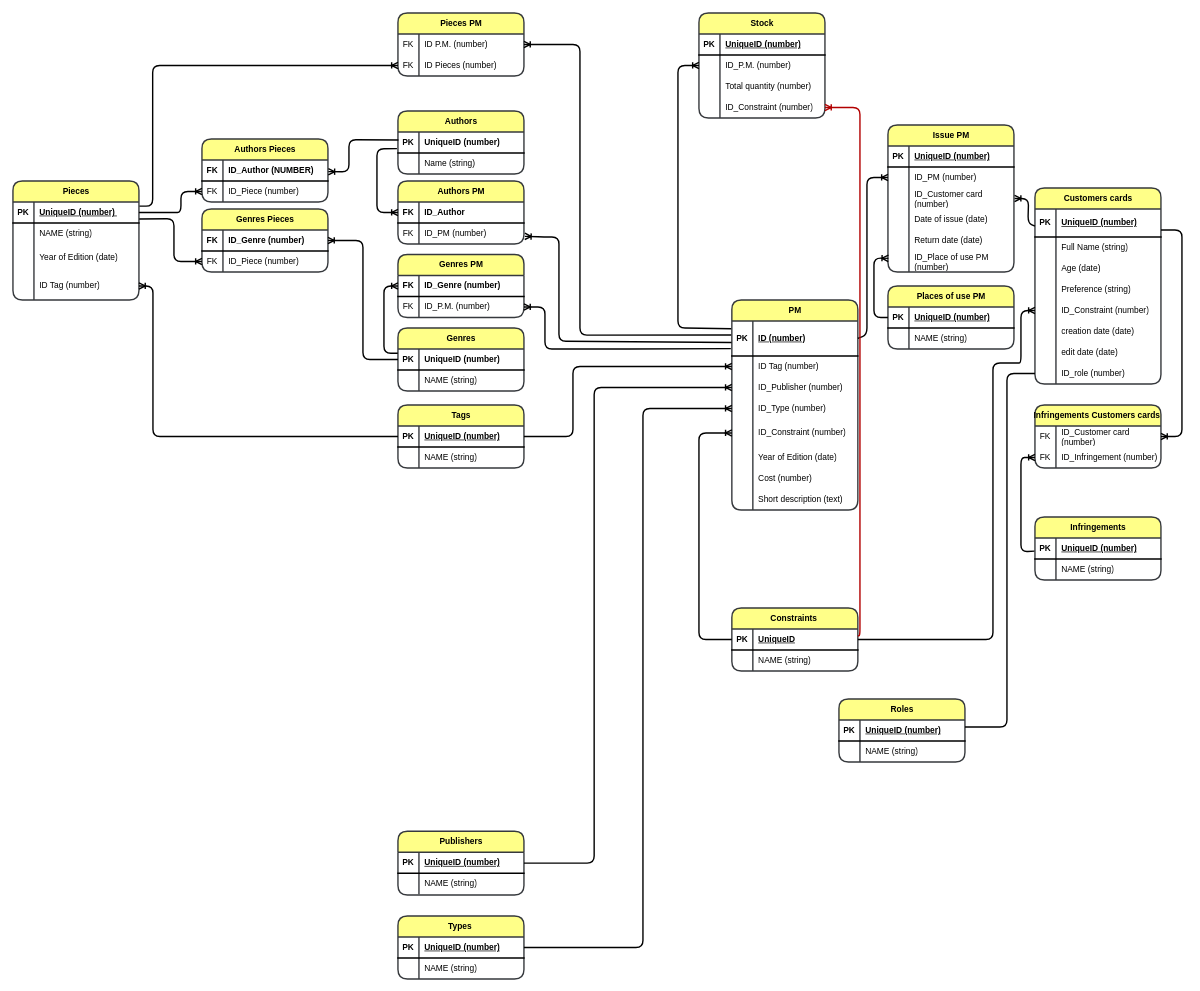
Before: page "Страница — 2" (2 of 3) of Диаграмма без названия.drawio in whoIsJhonGalt/repFirst, a draw.io diagram. Source tidied: cells renumbered, new cells numbered last; positions are measured from the earlier drawing's top-left corner, leaving out a move shared by most shapes. Both pictures are drawn from the tidied source at 70%, with x=0, y=0 at pixel (13, 13).
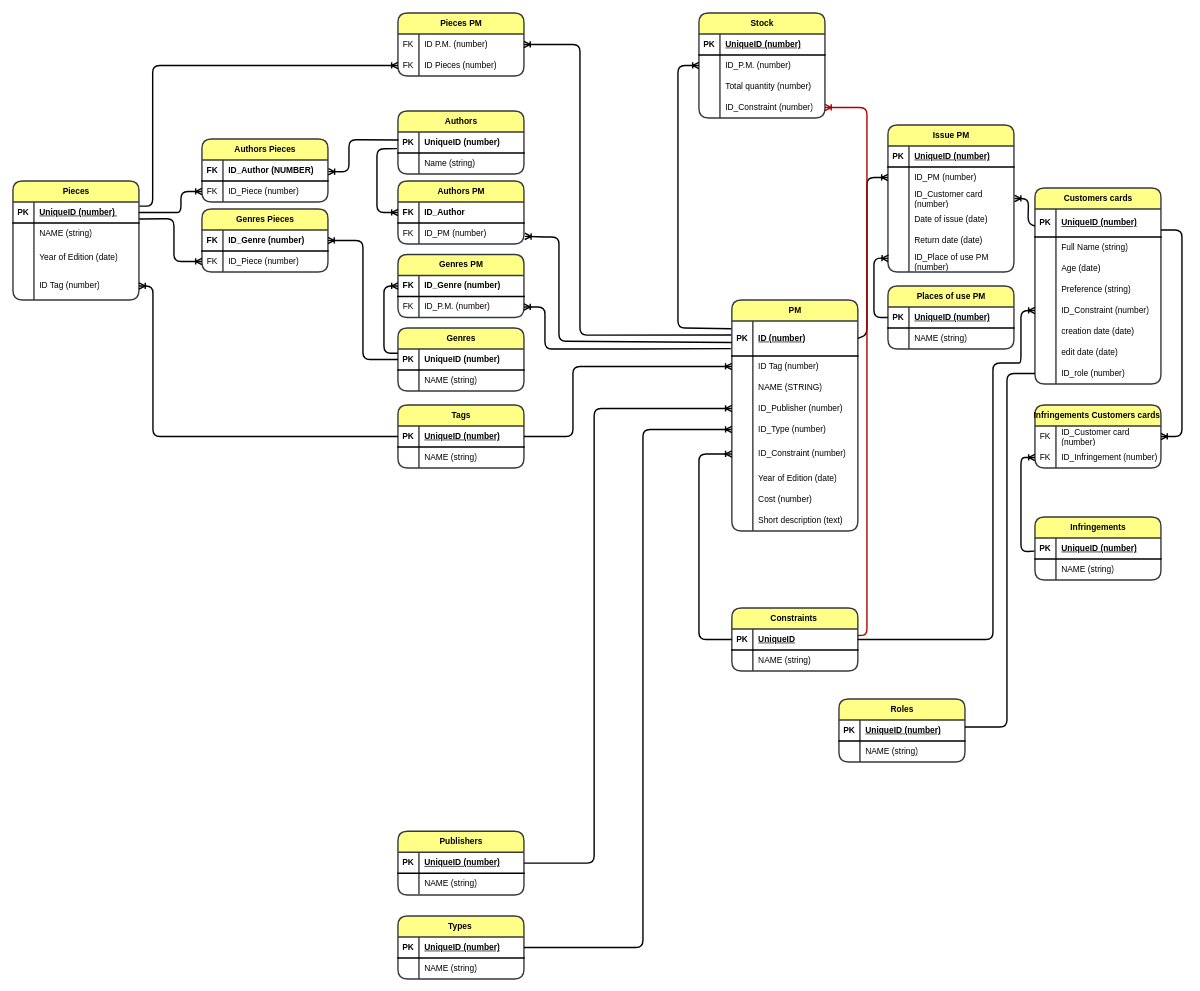
After the change.

The change refers to these unchanged cells:
```xml
<mxCell id="69" style="shape=tableRow;horizontal=1;startSize=0;swimlaneHead=0;swimlaneBody=0;points=[[0,0.5],[1,0.5]];portConstraint=eastwest;top=0;left=0;right=0;bottom=1;rounded=0;labelBackgroundColor=none;strokeWidth=2;shadow=0;fontFamily=Helvetica;verticalAlign=middle;fontSize=12;swimlaneLine=1;fillColor=none;" parent="68" vertex="1">
  <mxGeometry y="30" width="180" height="30" as="geometry" />
</mxCell>
<mxCell id="92" style="shape=tableRow;horizontal=1;startSize=0;swimlaneHead=0;swimlaneBody=0;points=[[0,0.5],[1,0.5]];portConstraint=eastwest;top=0;left=0;right=0;bottom=0;rounded=0;labelBackgroundColor=none;strokeWidth=2;shadow=0;fontFamily=Helvetica;verticalAlign=middle;fontSize=12;swimlaneLine=1;fillColor=none;" parent="82" vertex="1">
  <mxGeometry y="120" width="180" height="30" as="geometry" />
</mxCell>
```

The edit, as a diff of the source:
```diff
@@
     <mxCell id="2" value="PM" style="shape=table;startSize=30;childLayout=tableLayout;rowLines=0;fontStyle=1;align=center;html=1;rounded=1;labelBackgroundColor=none;strokeWidth=2;shadow=0;fontFamily=Helvetica;verticalAlign=middle;horizontal=1;fontSize=12;swimlaneLine=1;fillColor=#ffff88;strokeColor=#36393d;" parent="1" vertex="1">
-      <mxGeometry x="1027" y="410" width="180" height="300" as="geometry" />
+      <mxGeometry x="1027" y="410" width="180" height="330" as="geometry" />
     </mxCell>
@@
+    <mxCell id="227" style="shape=tableRow;horizontal=1;startSize=0;swimlaneHead=0;swimlaneBody=0;top=0;left=0;right=0;bottom=0;rounded=0;labelBackgroundColor=none;strokeWidth=2;shadow=0;fontFamily=Helvetica;verticalAlign=middle;fontSize=12;swimlaneLine=1;fillColor=none;" parent="2" vertex="1">
+      <mxGeometry y="110" width="180" height="30" as="geometry" />
+    </mxCell>
+    <mxCell id="228" style="shape=partialRectangle;top=0;left=0;bottom=0;right=0;overflow=hidden;whiteSpace=wrap;html=1;rounded=0;labelBackgroundColor=none;strokeWidth=2;shadow=0;fontFamily=Helvetica;verticalAlign=middle;horizontal=1;fontSize=12;swimlaneLine=1;fillColor=none;" parent="227" vertex="1">
+      <mxGeometry width="30" height="30" as="geometry" />
+    </mxCell>
+    <mxCell id="229" value="NAME (STRING)" style="shape=partialRectangle;top=0;left=0;bottom=0;right=0;align=left;spacingLeft=6;overflow=hidden;whiteSpace=wrap;html=1;rounded=0;labelBackgroundColor=none;strokeWidth=2;shadow=0;fontFamily=Helvetica;verticalAlign=middle;horizontal=1;fontSize=12;swimlaneLine=1;fillColor=none;" parent="227" vertex="1">
+      <mxGeometry x="30" width="150" height="30" as="geometry" />
+    </mxCell>
     <mxCell id="9" style="shape=tableRow;horizontal=1;startSize=0;swimlaneHead=0;swimlaneBody=0;points=[[0,0.5],[1,0.5]];portConstraint=eastwest;top=0;left=0;right=0;bottom=0;rounded=0;labelBackgroundColor=none;strokeWidth=2;shadow=0;fontFamily=Helvetica;verticalAlign=middle;fontSize=12;swimlaneLine=1;fillColor=none;" parent="2" vertex="1">
-      <mxGeometry y="110" width="180" height="30" as="geometry" />
+      <mxGeometry y="140" width="180" height="30" as="geometry" />
     </mxCell>
@@
     <mxCell id="12" style="shape=tableRow;horizontal=1;startSize=0;swimlaneHead=0;swimlaneBody=0;points=[[0,0.5],[1,0.5]];portConstraint=eastwest;top=0;left=0;right=0;bottom=0;rounded=0;labelBackgroundColor=none;strokeWidth=2;shadow=0;fontFamily=Helvetica;verticalAlign=middle;fontSize=12;swimlaneLine=1;fillColor=none;" parent="2" vertex="1">
-      <mxGeometry y="140" width="180" height="30" as="geometry" />
+      <mxGeometry y="170" width="180" height="30" as="geometry" />
     </mxCell>
@@
     <mxCell id="15" style="shape=tableRow;horizontal=1;startSize=0;swimlaneHead=0;swimlaneBody=0;points=[[0,0.5],[1,0.5]];portConstraint=eastwest;top=0;left=0;right=0;bottom=0;rounded=0;labelBackgroundColor=none;strokeWidth=2;shadow=0;fontFamily=Helvetica;verticalAlign=middle;fontSize=12;swimlaneLine=1;fillColor=none;" parent="2" vertex="1">
-      <mxGeometry y="170" width="180" height="40" as="geometry" />
+      <mxGeometry y="200" width="180" height="40" as="geometry" />
     </mxCell>
@@
     <mxCell id="18" style="shape=tableRow;horizontal=1;startSize=0;swimlaneHead=0;swimlaneBody=0;top=0;left=0;right=0;bottom=0;rounded=0;labelBackgroundColor=none;strokeWidth=2;shadow=0;fontFamily=Helvetica;verticalAlign=middle;fontSize=12;swimlaneLine=1;fillColor=none;" parent="2" vertex="1">
-      <mxGeometry y="210" width="180" height="30" as="geometry" />
+      <mxGeometry y="240" width="180" height="30" as="geometry" />
     </mxCell>
@@
     <mxCell id="21" style="shape=tableRow;horizontal=1;startSize=0;swimlaneHead=0;swimlaneBody=0;top=0;left=0;right=0;bottom=0;rounded=0;labelBackgroundColor=none;strokeWidth=2;shadow=0;fontFamily=Helvetica;verticalAlign=middle;fontSize=12;swimlaneLine=1;fillColor=none;" parent="2" vertex="1">
-      <mxGeometry y="240" width="180" height="30" as="geometry" />
+      <mxGeometry y="270" width="180" height="30" as="geometry" />
     </mxCell>
@@
     <mxCell id="24" style="shape=tableRow;horizontal=1;startSize=0;swimlaneHead=0;swimlaneBody=0;top=0;left=0;right=0;bottom=0;rounded=0;labelBackgroundColor=none;strokeWidth=2;shadow=0;fontFamily=Helvetica;verticalAlign=middle;fontSize=12;swimlaneLine=1;fillColor=none;" parent="2" vertex="1">
-      <mxGeometry y="270" width="180" height="30" as="geometry" />
+      <mxGeometry y="300" width="180" height="30" as="geometry" />
     </mxCell>
@@
     <mxCell id="167" style="fontSize=12;html=1;endArrow=ERoneToMany;rounded=1;labelBackgroundColor=default;strokeColor=default;strokeWidth=2;align=center;verticalAlign=middle;fontFamily=Helvetica;fontColor=default;startSize=30;shape=connector;exitX=0;exitY=0.5;exitDx=0;exitDy=0;entryX=0;entryY=0.5;entryDx=0;entryDy=0;" parent="1" edge="1" target="15">
       <mxGeometry relative="1" as="geometry">
         <mxPoint x="1027" y="895" as="sourcePoint" />
         <Array as="points">
           <mxPoint x="980" y="895" />
-          <mxPoint x="980" y="600" />
+          <mxPoint x="980" y="630" />
         </Array>
       </mxGeometry>
     </mxCell>
@@
-    <mxCell id="226" style="fontSize=12;html=1;endArrow=ERoneToMany;rounded=1;entryX=1;entryY=0.5;entryDx=0;entryDy=0;strokeWidth=2;exitX=1;exitY=0.321;exitDx=0;exitDy=0;exitPerimeter=0;fillColor=#e51400;strokeColor=#B20000;" parent="1" edge="1" source="69" target="92">
+    <mxCell id="226" style="fontSize=12;html=1;endArrow=ERoneToMany;rounded=1;entryX=1;entryY=0.5;entryDx=0;entryDy=0;strokeWidth=2;fillColor=#e51400;strokeColor=#B20000;exitX=0.998;exitY=0.31;exitDx=0;exitDy=0;exitPerimeter=0;" parent="1" edge="1" source="69" target="92">
       <mxGeometry relative="1" as="geometry">
         <Array as="points">
-          <mxPoint x="1210" y="890" />
-          <mxPoint x="1210" y="710" />
-          <mxPoint x="1210" y="510" />
-          <mxPoint x="1210" y="220" />
-          <mxPoint x="1210" y="135" />
+          <mxPoint x="1220" y="889" />
+          <mxPoint x="1220" y="715" />
+          <mxPoint x="1220" y="515" />
+          <mxPoint x="1220" y="225" />
+          <mxPoint x="1220" y="135" />
+          <mxPoint x="1180" y="135" />
         </Array>
       </mxGeometry>
     </mxCell>
```
